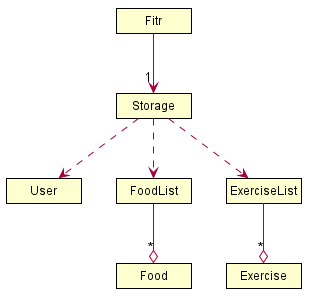
nus-cs2113-AY2021S1/tp keeps this PlantUML diagram as docs/images/StorageClassDiagram.png. Above is the earlier version.
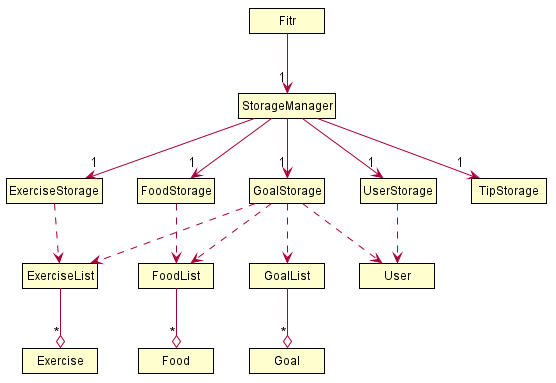
After the commit.

Commit message:
Update storage component of DG

Change to the diagram source:
```diff
@@ -3,7 +3,7 @@
 skinparam classAttributeIconSize 0
 skinparam Shadowing false
 skinparam MinClassWidth 75
-skinparam packageStyle Rectangle
+skinparam packageStyle Folder
 
 hide circle
 hide empty members
@@ -13,20 +13,45 @@
     BorderColor #000000
 }
 
+class StorageManager
+class ExerciseStorage
+class FoodStorage
+class GoalStorage
+class TipStorage
+class UserStorage
+
+class FoodList
+class ExerciseList
+class GoalList
+
 class Fitr
 class User
-class FoodList
-class ExerciseList
-class Storage
+
 class Food
 class Exercise
+class Goal
 
 FoodList --o "*" Food
 ExerciseList --o "*" Exercise
+GoalList --o "*" Goal
 
-Fitr --> "1" Storage
-Storage ..> User
-Storage ..> FoodList
-Storage ..> ExerciseList
+Fitr --> "1" StorageManager
+
+StorageManager --> "1" ExerciseStorage
+ExerciseStorage ..> ExerciseList
+
+StorageManager --> "1" FoodStorage
+FoodStorage ..> FoodList
+
+StorageManager --> "1" GoalStorage
+GoalStorage ..> GoalList
+GoalStorage ..> ExerciseList
+GoalStorage ..> FoodList
+GoalStorage ..> User
+
+StorageManager --> "1" UserStorage
+UserStorage ..> User
+
+StorageManager --> "1" TipStorage
 
 @enduml
```
